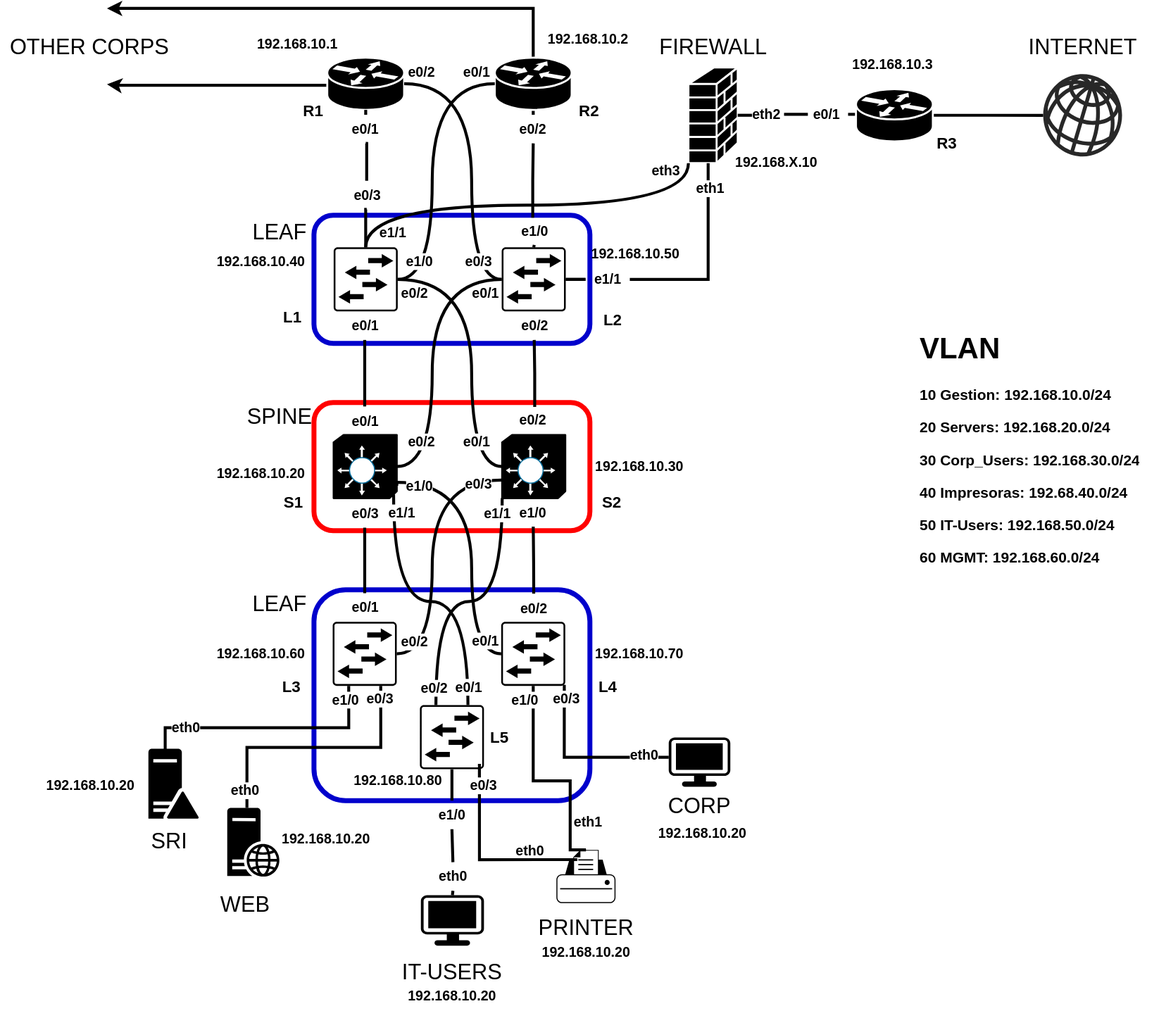
The draw.io diagram Diagram/Topologia_Spine-Leaf_LaLiga.drawio.svg in brnjk22/Conexion-Madrid-Granada, before a commit. Source tidied: cells renumbered, new cells last; positions are measured from the earlier drawing's top-left corner, leaving out a move shared by most shapes.
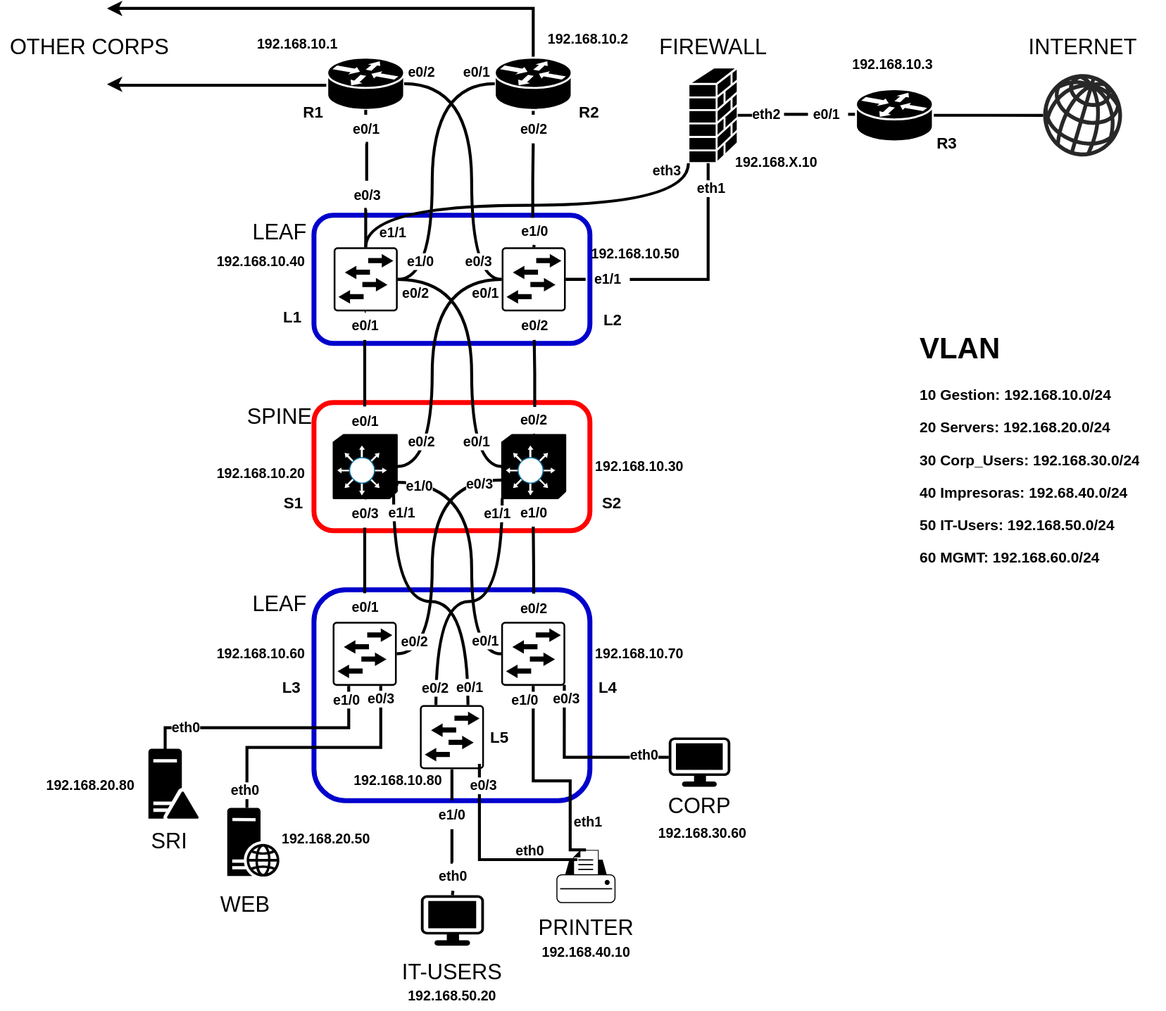
After the change.

Commit message:
Correccion de la imagen de la topologia y adicion de gitignore para evitar subir archivos innecesarios

The edit, as a diff of the source:
```diff
@@ -239,19 +239,19 @@
     <mxCell id="64" value="192.168.X.10" style="text;html=1;align=center;verticalAlign=middle;strokeColor=none;fillColor=none;fontColor=#000000;fontSize=14;fontStyle=1;" parent="1" vertex="1">
       <mxGeometry x="736" y="141" width="101" height="29" as="geometry" />
     </mxCell>
-    <mxCell id="65" value="192.168.10.20" style="text;html=1;align=center;verticalAlign=middle;strokeColor=none;fillColor=none;fontColor=#000000;fontSize=14;fontStyle=1;" parent="1" vertex="1">
+    <mxCell id="65" value="192.168.20.80" style="text;html=1;align=center;verticalAlign=middle;strokeColor=none;fillColor=none;fontColor=#000000;fontSize=14;fontStyle=1;" parent="1" vertex="1">
       <mxGeometry x="37" y="774.4" width="108" height="29" as="geometry" />
     </mxCell>
-    <mxCell id="66" value="192.168.10.20" style="text;html=1;align=center;verticalAlign=middle;strokeColor=none;fillColor=none;fontColor=#000000;fontSize=14;fontStyle=1;" parent="1" vertex="1">
+    <mxCell id="66" value="192.168.20.50" style="text;html=1;align=center;verticalAlign=middle;strokeColor=none;fillColor=none;fontColor=#000000;fontSize=14;fontStyle=1;" parent="1" vertex="1">
       <mxGeometry x="276" y="828.4" width="108" height="29" as="geometry" />
     </mxCell>
-    <mxCell id="67" value="192.168.10.20" style="text;html=1;align=center;verticalAlign=middle;strokeColor=none;fillColor=none;fontColor=#000000;fontSize=14;fontStyle=1;" parent="1" vertex="1">
+    <mxCell id="67" value="192.168.50.20" style="text;html=1;align=center;verticalAlign=middle;strokeColor=none;fillColor=none;fontColor=#000000;fontSize=14;fontStyle=1;" parent="1" vertex="1">
       <mxGeometry x="404" y="987.6" width="108" height="29" as="geometry" />
     </mxCell>
-    <mxCell id="68" value="192.168.10.20" style="text;html=1;align=center;verticalAlign=middle;strokeColor=none;fillColor=none;fontColor=#000000;fontSize=14;fontStyle=1;" parent="1" vertex="1">
+    <mxCell id="68" value="192.168.30.60" style="text;html=1;align=center;verticalAlign=middle;strokeColor=none;fillColor=none;fontColor=#000000;fontSize=14;fontStyle=1;" parent="1" vertex="1">
       <mxGeometry x="658" y="822.2" width="108" height="29" as="geometry" />
     </mxCell>
-    <mxCell id="69" value="192.168.10.20" style="text;html=1;align=center;verticalAlign=middle;strokeColor=none;fillColor=none;fontColor=#000000;fontSize=14;fontStyle=1;" parent="1" vertex="1">
+    <mxCell id="69" value="192.168.40.10" style="text;html=1;align=center;verticalAlign=middle;strokeColor=none;fillColor=none;fontColor=#000000;fontSize=14;fontStyle=1;" parent="1" vertex="1">
       <mxGeometry x="539.5" y="943.9" width="108" height="29" as="geometry" />
     </mxCell>
     <mxCell id="70" style="sketch=0;points=[[0.015,0.015,0],[0.985,0.015,0],[0.985,0.985,0],[0.015,0.985,0],[0.25,0,0],[0.5,0,0],[0.75,0,0],[1,0.25,0],[1,0.5,0],[1,0.75,0],[0.75,1,0],[0.5,1,0],[0.25,1,0],[0,0.75,0],[0,0.5,0],[0,0.25,0]];verticalLabelPosition=bottom;html=1;verticalAlign=top;align=center;shape=mxgraph.cisco19.rect;prIcon=l2_switch;" parent="1" vertex="1">
```
